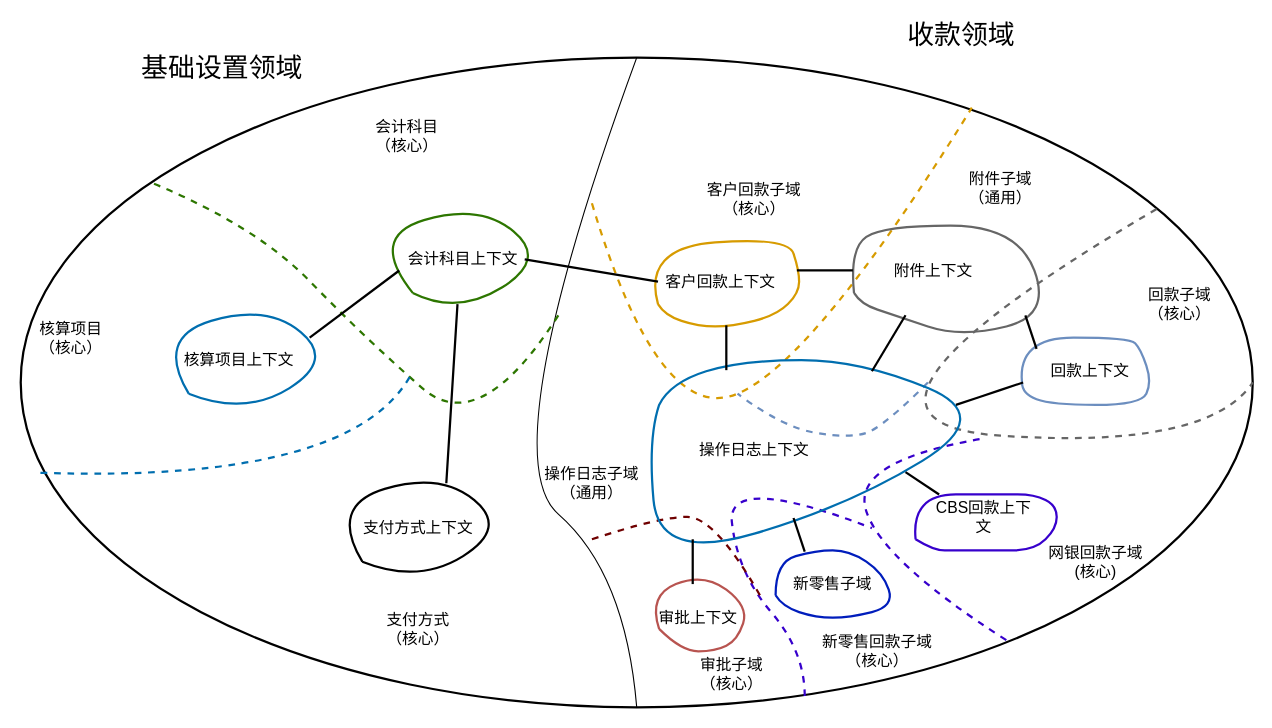
This is silvermoon.drawio from super-aviator/Hello-World, a draw.io file, before an edit. Source tidied: cells renumbered, new cells numbered last; positions are measured from the earlier drawing's top-left corner, leaving out a move shared by most shapes. Both pictures are drawn from the tidied source at 112%, with x=0, y=0 at pixel (20, 24).
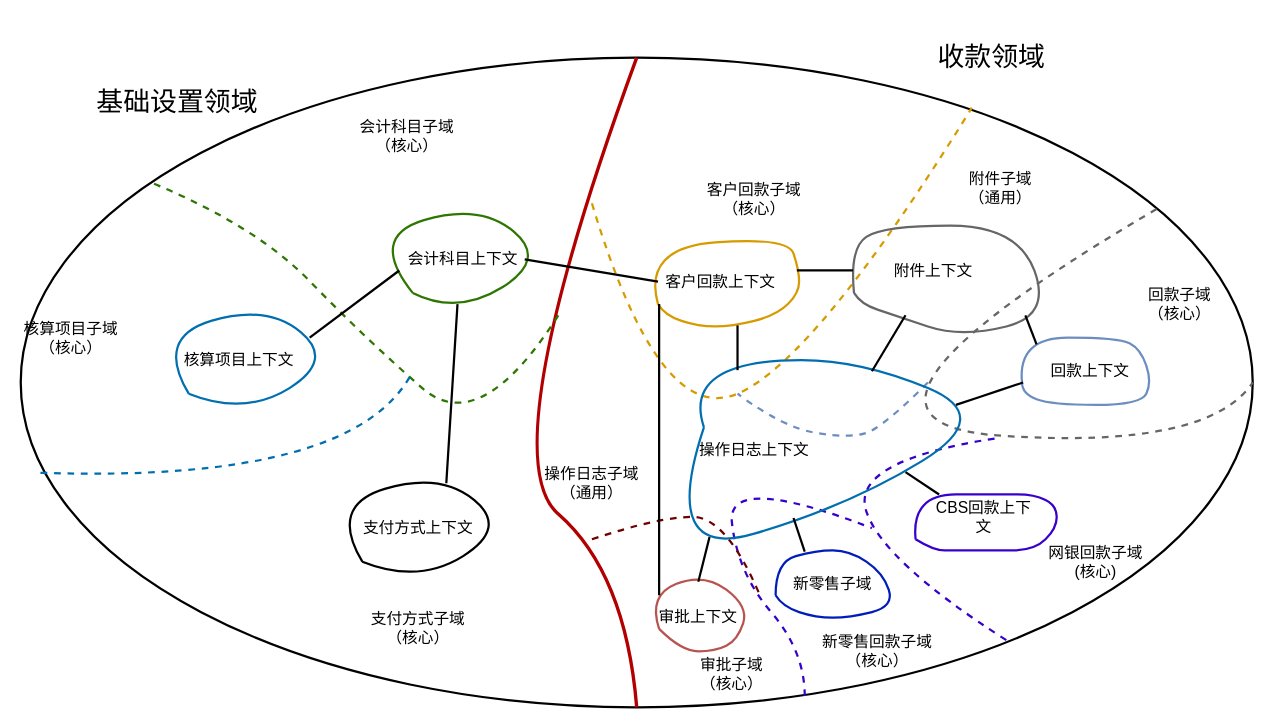
The same page after the edit.

Unchanged cells that the change refers to:
```xml
<mxCell id="2" style="ellipse;whiteSpace=wrap;html=1;gradientColor=#ffffff;strokeWidth=2;" parent="1" vertex="1">
  <mxGeometry y="30" width="1100" height="580" as="geometry" />
</mxCell>
```

The edit, as a diff of the source:
```diff
@@
-    <mxCell id="3" style="curved=1;endArrow=none;html=1;exitX=0.5;exitY=1;exitDx=0;exitDy=0;endFill=0;entryX=0.5;entryY=0;entryDx=0;entryDy=0;" parent="1" edge="1" source="2" target="2">
+    <mxCell id="3" style="curved=1;endArrow=none;html=1;exitX=0.5;exitY=1;exitDx=0;exitDy=0;endFill=0;entryX=0.5;entryY=0;entryDx=0;entryDy=0;strokeWidth=3;fillColor=#e51400;strokeColor=#B20000;" parent="1" edge="1" source="2" target="2">
       <mxGeometry relative="1" as="geometry">
         <Array as="points">
           <mxPoint x="540" y="490" />
           <mxPoint x="420" y="385" />
         </Array>
       </mxGeometry>
     </mxCell>
@@
     <mxCell id="5" value="&lt;font style=&quot;font-size: 24px&quot;&gt;基础设置领域&lt;/font&gt;" style="text;html=1;strokeColor=none;fillColor=none;align=center;verticalAlign=middle;whiteSpace=wrap;rounded=0;dashed=1;" parent="1" vertex="1">
-      <mxGeometry x="90" y="30" width="180" height="20" as="geometry" />
+      <mxGeometry x="50" y="60" width="180" height="20" as="geometry" />
     </mxCell>
     <mxCell id="6" value="&lt;font style=&quot;font-size: 24px&quot;&gt;收款领域&lt;/font&gt;" style="text;html=1;strokeColor=none;fillColor=none;align=center;verticalAlign=middle;whiteSpace=wrap;rounded=0;dashed=1;" parent="1" vertex="1">
-      <mxGeometry x="750" width="180" height="20" as="geometry" />
+      <mxGeometry x="777" y="20" width="180" height="20" as="geometry" />
     </mxCell>
@@
     <mxCell id="9" style="curved=1;endArrow=none;html=1;dashed=1;strokeColor=#3700CC;strokeWidth=2;endFill=0;fillColor=#6a00ff;" parent="1" edge="1">
       <mxGeometry relative="1" as="geometry">
         <mxPoint x="880" y="550" as="sourcePoint" />
-        <mxPoint x="860" y="370" as="targetPoint" />
+        <mxPoint x="870" y="370" as="targetPoint" />
         <Array as="points">
           <mxPoint x="770" y="480" />
           <mxPoint x="740" y="390" />
         </Array>
       </mxGeometry>
     </mxCell>
@@
-    <mxCell id="14" value="&lt;font style=&quot;font-size: 14px&quot;&gt;会计科目&lt;br&gt;（核心）&lt;/font&gt;" style="text;html=1;strokeColor=none;fillColor=none;align=center;verticalAlign=middle;whiteSpace=wrap;rounded=0;dashed=1;" parent="1" vertex="1">
+    <mxCell id="14" value="&lt;font style=&quot;font-size: 14px&quot;&gt;会计科目子域&lt;br&gt;（核心）&lt;/font&gt;" style="text;html=1;strokeColor=none;fillColor=none;align=center;verticalAlign=middle;whiteSpace=wrap;rounded=0;dashed=1;" parent="1" vertex="1">
       <mxGeometry x="300" y="90" width="90" height="20" as="geometry" />
     </mxCell>
@@
-    <mxCell id="17" value="&lt;font&gt;&lt;font style=&quot;font-size: 14px&quot;&gt;核算项目&lt;br&gt;（核心）&lt;/font&gt;&lt;br&gt;&lt;/font&gt;" style="text;html=1;strokeColor=none;fillColor=none;align=center;verticalAlign=middle;whiteSpace=wrap;rounded=0;dashed=1;" parent="1" vertex="1">
+    <mxCell id="17" value="&lt;font&gt;&lt;font style=&quot;font-size: 14px&quot;&gt;核算项目子域&lt;br&gt;（核心）&lt;/font&gt;&lt;br&gt;&lt;/font&gt;" style="text;html=1;strokeColor=none;fillColor=none;align=center;verticalAlign=middle;whiteSpace=wrap;rounded=0;dashed=1;" parent="1" vertex="1">
       <mxGeometry y="270" width="90" height="20" as="geometry" />
     </mxCell>
@@
-    <mxCell id="20" value="&lt;font&gt;&lt;font style=&quot;font-size: 14px&quot;&gt;支付方式&lt;br&gt;（核心）&lt;/font&gt;&lt;br&gt;&lt;/font&gt;" style="text;html=1;strokeColor=none;fillColor=none;align=center;verticalAlign=middle;whiteSpace=wrap;rounded=0;dashed=1;" parent="1" vertex="1">
-      <mxGeometry x="310" y="530" width="90" height="20" as="geometry" />
+    <mxCell id="20" value="&lt;font&gt;&lt;font style=&quot;font-size: 14px&quot;&gt;支付方式子域&lt;br&gt;（核心）&lt;/font&gt;&lt;br&gt;&lt;/font&gt;" style="text;html=1;strokeColor=none;fillColor=none;align=center;verticalAlign=middle;whiteSpace=wrap;rounded=0;dashed=1;" parent="1" vertex="1">
+      <mxGeometry x="310" y="529" width="90" height="20" as="geometry" />
     </mxCell>
@@
     <mxCell id="22" style="curved=1;endArrow=none;html=1;dashed=1;strokeColor=#6F0000;strokeWidth=2;endFill=0;fillColor=#a20025;" parent="1" edge="1">
       <mxGeometry relative="1" as="geometry">
         <mxPoint x="510" y="460" as="sourcePoint" />
         <mxPoint x="660" y="510" as="targetPoint" />
         <Array as="points">
           <mxPoint x="570" y="440" />
-          <mxPoint x="620" y="440" />
+          <mxPoint x="630" y="440" />
         </Array>
       </mxGeometry>
     </mxCell>
@@
     <mxCell id="29" style="curved=1;endArrow=none;html=1;strokeColor=#006EAF;strokeWidth=2;endFill=0;fillColor=#1ba1e2;" parent="1" edge="1">
       <mxGeometry relative="1" as="geometry">
-        <mxPoint x="570" y="340" as="sourcePoint" />
-        <mxPoint x="570" y="340" as="targetPoint" />
+        <mxPoint x="610" y="360" as="sourcePoint" />
+        <mxPoint x="610" y="360" as="targetPoint" />
         <Array as="points">
-          <mxPoint x="560" y="370" />
+          <mxPoint x="610" y="360" />
           <mxPoint x="570" y="480" />
           <mxPoint x="740" y="430" />
           <mxPoint x="870" y="350" />
           <mxPoint x="750" y="300" />
           <mxPoint x="644" y="300" />
-          <mxPoint x="580" y="320" />
+          <mxPoint x="600" y="330" />
         </Array>
       </mxGeometry>
     </mxCell>
@@
     <mxCell id="32" style="curved=1;endArrow=none;html=1;strokeColor=#6c8ebf;strokeWidth=2;endFill=0;fillColor=#dae8fc;" parent="1" edge="1">
       <mxGeometry relative="1" as="geometry">
         <mxPoint x="894" y="320" as="sourcePoint" />
         <mxPoint x="894" y="320" as="targetPoint" />
         <Array as="points">
           <mxPoint x="894" y="330" />
           <mxPoint x="920" y="340" />
           <mxPoint x="1000" y="340" />
           <mxPoint x="1010" y="320" />
           <mxPoint x="1000" y="290" />
-          <mxPoint x="990" y="280" />
+          <mxPoint x="980" y="280" />
           <mxPoint x="890" y="280" />
         </Array>
       </mxGeometry>
     </mxCell>
@@
     <mxCell id="39" value="&lt;font&gt;&lt;font style=&quot;font-size: 14px&quot;&gt;审批上下文&lt;/font&gt;&lt;br&gt;&lt;/font&gt;" style="text;html=1;strokeColor=none;fillColor=none;align=center;verticalAlign=middle;whiteSpace=wrap;rounded=0;dashed=1;" parent="1" vertex="1">
-      <mxGeometry x="540" y="520" width="130" height="20" as="geometry" />
+      <mxGeometry x="540" y="519" width="130" height="20" as="geometry" />
     </mxCell>
@@
     <mxCell id="42" style="endArrow=none;html=1;strokeColor=#000000;strokeWidth=2;" parent="1" edge="1">
       <mxGeometry relative="1" as="geometry">
-        <mxPoint x="907" y="290" as="sourcePoint" />
+        <mxPoint x="907" y="286" as="sourcePoint" />
         <mxPoint x="897" y="260" as="targetPoint" />
       </mxGeometry>
     </mxCell>
@@
     <mxCell id="50" style="endArrow=none;html=1;strokeColor=#000000;strokeWidth=2;" parent="1" edge="1">
       <mxGeometry relative="1" as="geometry">
-        <mxPoint x="600" y="500" as="sourcePoint" />
-        <mxPoint x="600" y="460" as="targetPoint" />
+        <mxPoint x="605" y="498" as="sourcePoint" />
+        <mxPoint x="615" y="458" as="targetPoint" />
       </mxGeometry>
     </mxCell>
@@
     <mxCell id="53" style="endArrow=none;html=1;strokeColor=#000000;strokeWidth=2;" parent="1" edge="1">
       <mxGeometry relative="1" as="geometry">
-        <mxPoint x="630" y="309" as="sourcePoint" />
-        <mxPoint x="630" y="269" as="targetPoint" />
+        <mxPoint x="640" y="309" as="sourcePoint" />
+        <mxPoint x="640" y="269" as="targetPoint" />
       </mxGeometry>
     </mxCell>
@@
+    <mxCell id="56" style="endArrow=none;html=1;strokeColor=#000000;strokeWidth=2;" parent="1" edge="1">
+      <mxGeometry relative="1" as="geometry">
+        <mxPoint x="570" y="510" as="sourcePoint" />
+        <mxPoint x="570" y="250" as="targetPoint" />
+      </mxGeometry>
+    </mxCell>
```
